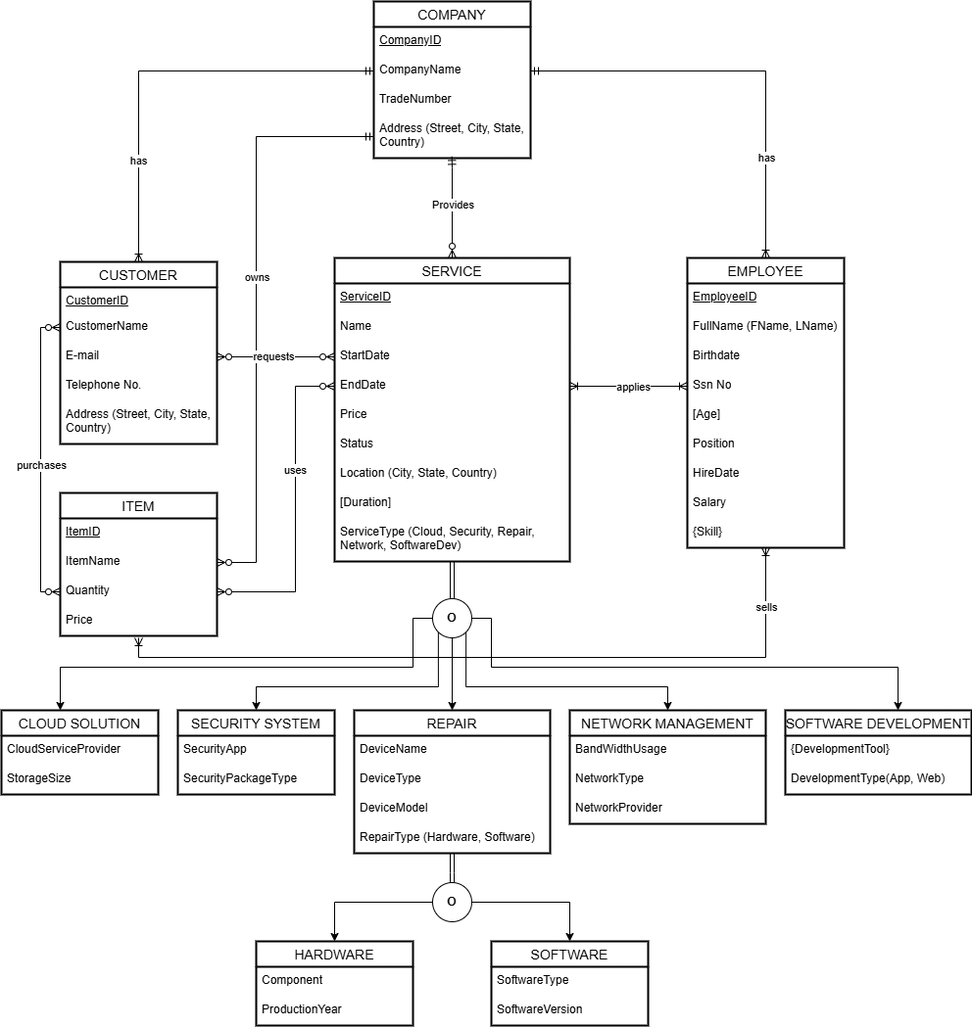
This is Phase (3) - Logical database design and mapping & Physical design and database implementation/EER - Enchanced Entity Relationship Diagram/Database Systems-EER Diagram.png from Pirate-960/Database-Systems-Project, a draw.io export, as it was before one commit. Source tidied: cells renumbered, new cells last; positions are measured from the earlier drawing's top-left corner, leaving out a move shared by most shapes.
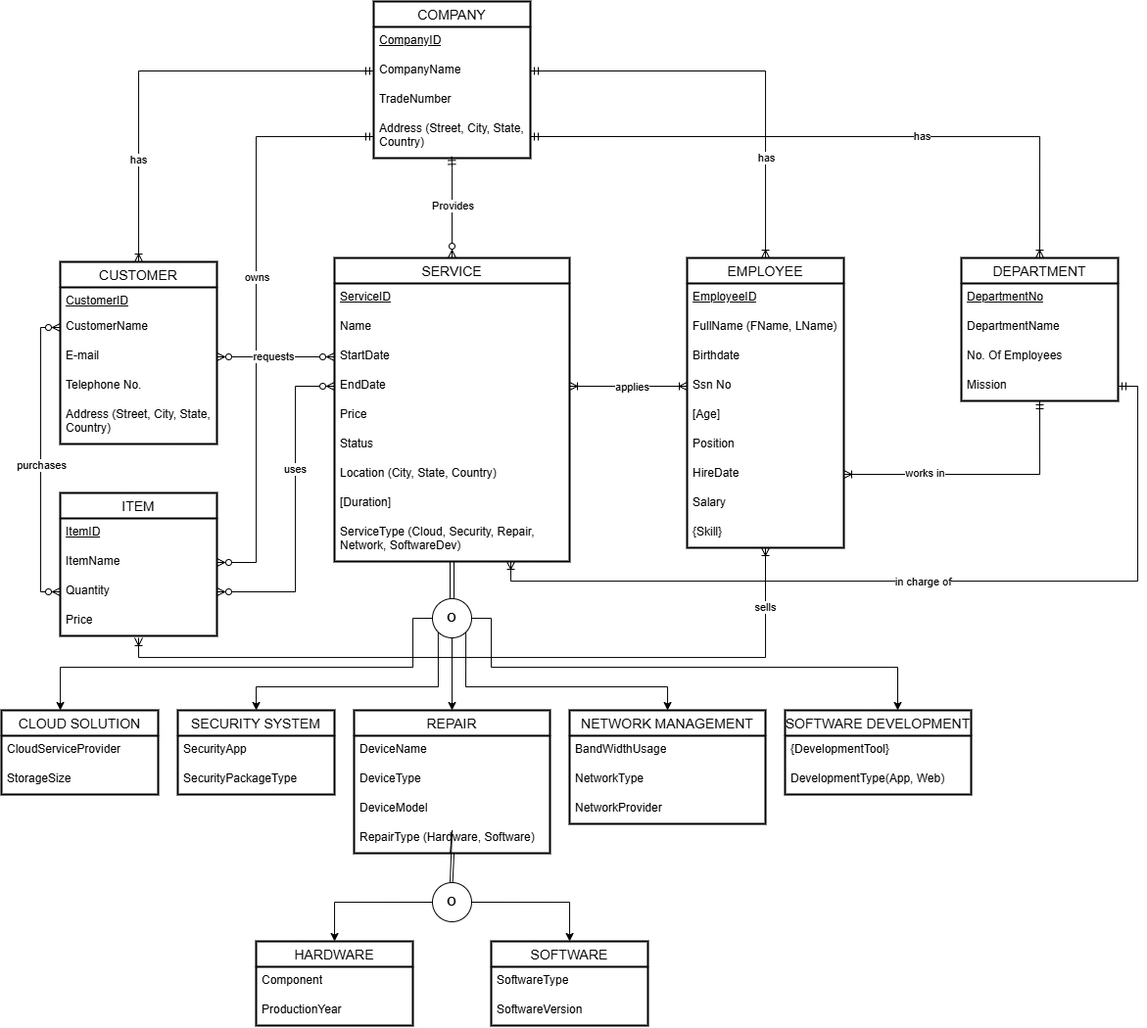
Above is the later version.

Change to the diagram source:
```diff
@@ -2,7 +2,7 @@
   <root>
     <mxCell id="0" />
     <mxCell id="1" parent="0" />
-    <mxCell id="2" style="edgeStyle=orthogonalEdgeStyle;rounded=0;jettySize=auto;html=1;exitX=0.5;exitY=0;exitDx=0;exitDy=0;entryX=0.498;entryY=0.962;entryDx=0;entryDy=0;entryPerimeter=0;startArrow=ERzeroToMany;startFill=0;endArrow=ERmandOne;endFill=0;" parent="1" edge="1" source="4" target="50">
+    <mxCell id="2" style="edgeStyle=orthogonalEdgeStyle;rounded=0;jettySize=auto;html=1;exitX=0.5;exitY=0;exitDx=0;exitDy=0;entryX=0.498;entryY=0.962;entryDx=0;entryDy=0;entryPerimeter=0;startArrow=ERzeroToMany;startFill=0;endArrow=ERmandOne;endFill=0;shadow=0;strokeColor=default;" parent="1" edge="1" source="4" target="50">
       <mxGeometry relative="1" as="geometry">
         <Array as="points">
           <mxPoint x="460" y="170" />
@@ -15,6 +15,12 @@
         <mxPoint y="-1" as="offset" />
       </mxGeometry>
     </mxCell>
+    <mxCell id="92" style="edgeStyle=orthogonalEdgeStyle;rounded=0;jettySize=auto;html=1;exitX=0.75;exitY=1;exitDx=0;exitDy=0;entryX=1;entryY=0.5;entryDx=0;entryDy=0;endArrow=ERmandOne;endFill=0;startArrow=ERoneToMany;startFill=0;" parent="1" edge="1" source="4" target="102">
+      <mxGeometry relative="1" as="geometry" />
+    </mxCell>
+    <mxCell id="93" value="in charge of" style="edgeLabel;html=1;align=center;verticalAlign=middle;" parent="92" vertex="1">
+      <mxGeometry relative="1" as="geometry" />
+    </mxCell>
     <mxCell id="4" value="SERVICE" style="swimlane;fontStyle=0;horizontal=1;startSize=26;align=center;fontSize=14;strokeWidth=2;" parent="1" vertex="1">
       <mxGeometry x="340" y="262" width="240" height="310" as="geometry" />
     </mxCell>
@@ -135,7 +141,7 @@
     <mxCell id="43" value="Address (Street, City, State, Country)" style="text;strokeColor=none;fillColor=none;spacingLeft=4;spacingRight=4;overflow=hidden;fontSize=12;whiteSpace=wrap;html=1;" parent="38" vertex="1">
       <mxGeometry y="142" width="160" height="44" as="geometry" />
     </mxCell>
-    <mxCell id="44" style="edgeStyle=orthogonalEdgeStyle;rounded=0;jettySize=auto;html=1;exitX=0;exitY=0.5;exitDx=0;exitDy=0;entryX=1;entryY=0.5;entryDx=0;entryDy=0;startArrow=ERmandOne;startFill=0;endArrow=ERzeroToMany;endFill=0;" parent="1" edge="1" source="50" target="64">
+    <mxCell id="44" style="edgeStyle=orthogonalEdgeStyle;rounded=0;jettySize=auto;html=1;exitX=0;exitY=0.5;exitDx=0;exitDy=0;entryX=1;entryY=0.5;entryDx=0;entryDy=0;startArrow=ERmandOne;startFill=0;endArrow=ERzeroToMany;endFill=0;shadow=0;strokeColor=default;" parent="1" edge="1" source="50" target="64">
       <mxGeometry relative="1" as="geometry">
         <Array as="points">
           <mxPoint x="260" y="138" />
@@ -209,16 +215,16 @@
     <mxCell id="66" value="Price" style="text;strokeColor=none;fillColor=none;spacingLeft=4;spacingRight=4;overflow=hidden;fontSize=12;whiteSpace=wrap;html=1;" parent="62" vertex="1">
       <mxGeometry y="116" width="160" height="30" as="geometry" />
     </mxCell>
-    <mxCell id="67" style="edgeStyle=orthogonalEdgeStyle;rounded=0;jettySize=auto;html=1;exitX=1;exitY=0.5;exitDx=0;exitDy=0;entryX=0;entryY=0.5;entryDx=0;entryDy=0;startArrow=ERoneToMany;startFill=0;endArrow=ERoneToMany;endFill=0;" parent="1" edge="1" source="8" target="32">
+    <mxCell id="67" style="edgeStyle=orthogonalEdgeStyle;rounded=0;jettySize=auto;html=1;exitX=1;exitY=0.5;exitDx=0;exitDy=0;entryX=0;entryY=0.5;entryDx=0;entryDy=0;startArrow=ERoneToMany;startFill=0;endArrow=ERoneToMany;endFill=0;shadow=0;strokeColor=default;" parent="1" edge="1" source="8" target="32">
       <mxGeometry relative="1" as="geometry" />
     </mxCell>
     <mxCell id="68" value="applies" style="edgeLabel;html=1;align=center;verticalAlign=middle;" parent="67" vertex="1">
       <mxGeometry x="0.06" relative="1" as="geometry" />
     </mxCell>
-    <mxCell id="69" style="edgeStyle=orthogonalEdgeStyle;rounded=0;jettySize=auto;html=1;exitX=0.5;exitY=0;exitDx=0;exitDy=0;entryX=0.5;entryY=1;entryDx=0;entryDy=0;shape=link;" parent="1" edge="1" source="75" target="4">
+    <mxCell id="69" style="edgeStyle=orthogonalEdgeStyle;rounded=0;jettySize=auto;html=1;exitX=0.5;exitY=0;exitDx=0;exitDy=0;entryX=0.5;entryY=1;entryDx=0;entryDy=0;shape=link;shadow=0;strokeColor=default;" parent="1" edge="1" source="75" target="4">
       <mxGeometry relative="1" as="geometry" />
     </mxCell>
-    <mxCell id="70" style="edgeStyle=orthogonalEdgeStyle;rounded=0;jettySize=auto;html=1;exitX=0;exitY=0.5;exitDx=0;exitDy=0;" parent="1" edge="1" source="75" target="14">
+    <mxCell id="70" style="edgeStyle=orthogonalEdgeStyle;rounded=0;jettySize=auto;html=1;exitX=0;exitY=0.5;exitDx=0;exitDy=0;shadow=0;strokeColor=default;" parent="1" edge="1" source="75" target="14">
       <mxGeometry relative="1" as="geometry">
         <Array as="points">
           <mxPoint x="420" y="630" />
@@ -227,7 +233,7 @@
         </Array>
       </mxGeometry>
     </mxCell>
-    <mxCell id="71" style="edgeStyle=orthogonalEdgeStyle;rounded=0;jettySize=auto;html=1;exitX=0;exitY=1;exitDx=0;exitDy=0;" parent="1" edge="1" source="75" target="17">
+    <mxCell id="71" style="edgeStyle=orthogonalEdgeStyle;rounded=0;jettySize=auto;html=1;exitX=0;exitY=1;exitDx=0;exitDy=0;shadow=0;strokeColor=default;" parent="1" edge="1" source="75" target="17">
       <mxGeometry relative="1" as="geometry">
         <Array as="points">
           <mxPoint x="446" y="700" />
@@ -235,10 +241,10 @@
         </Array>
       </mxGeometry>
     </mxCell>
-    <mxCell id="72" style="edgeStyle=orthogonalEdgeStyle;rounded=0;jettySize=auto;html=1;exitX=0.5;exitY=1;exitDx=0;exitDy=0;" parent="1" edge="1" source="75" target="51">
+    <mxCell id="72" style="edgeStyle=orthogonalEdgeStyle;rounded=0;jettySize=auto;html=1;exitX=0.5;exitY=1;exitDx=0;exitDy=0;shadow=0;strokeColor=default;" parent="1" edge="1" source="75" target="51">
       <mxGeometry relative="1" as="geometry" />
     </mxCell>
-    <mxCell id="73" style="edgeStyle=orthogonalEdgeStyle;rounded=0;jettySize=auto;html=1;exitX=1;exitY=1;exitDx=0;exitDy=0;" parent="1" edge="1" source="75" target="20">
+    <mxCell id="73" style="edgeStyle=orthogonalEdgeStyle;rounded=0;jettySize=auto;html=1;exitX=1;exitY=1;exitDx=0;exitDy=0;shadow=0;strokeColor=default;" parent="1" edge="1" source="75" target="20">
       <mxGeometry relative="1" as="geometry">
         <Array as="points">
           <mxPoint x="474" y="700" />
@@ -246,7 +252,7 @@
         </Array>
       </mxGeometry>
     </mxCell>
-    <mxCell id="74" style="edgeStyle=orthogonalEdgeStyle;rounded=0;jettySize=auto;html=1;exitX=1;exitY=0.5;exitDx=0;exitDy=0;" parent="1" edge="1" source="75" target="24">
+    <mxCell id="74" style="edgeStyle=orthogonalEdgeStyle;rounded=0;jettySize=auto;html=1;exitX=1;exitY=0.5;exitDx=0;exitDy=0;shadow=0;strokeColor=default;" parent="1" edge="1" source="75" target="24">
       <mxGeometry relative="1" as="geometry">
         <Array as="points">
           <mxPoint x="500" y="630" />
@@ -258,19 +264,19 @@
     <mxCell id="75" value="&lt;b&gt;O&lt;/b&gt;" style="ellipse;whiteSpace=wrap;html=1;" parent="1" vertex="1">
       <mxGeometry x="440" y="610" width="40" height="40" as="geometry" />
     </mxCell>
-    <mxCell id="76" style="edgeStyle=orthogonalEdgeStyle;rounded=0;jettySize=auto;html=1;exitX=0;exitY=0.5;exitDx=0;exitDy=0;startArrow=ERmandOne;startFill=0;endArrow=ERoneToMany;endFill=0;" parent="1" edge="1" source="48" target="38">
+    <mxCell id="76" style="edgeStyle=orthogonalEdgeStyle;rounded=0;jettySize=auto;html=1;exitX=0;exitY=0.5;exitDx=0;exitDy=0;startArrow=ERmandOne;startFill=0;endArrow=ERoneToMany;endFill=0;shadow=0;strokeColor=default;" parent="1" edge="1" source="48" target="38">
       <mxGeometry relative="1" as="geometry" />
     </mxCell>
     <mxCell id="77" value="has" style="edgeLabel;html=1;align=center;verticalAlign=middle;" parent="76" vertex="1">
       <mxGeometry x="0.52" y="-1" relative="1" as="geometry" />
     </mxCell>
-    <mxCell id="78" style="edgeStyle=orthogonalEdgeStyle;rounded=0;jettySize=auto;html=1;exitX=1;exitY=0.5;exitDx=0;exitDy=0;startArrow=ERmandOne;startFill=0;endArrow=ERoneToMany;endFill=0;" parent="1" edge="1" source="48" target="28">
+    <mxCell id="78" style="edgeStyle=orthogonalEdgeStyle;rounded=0;jettySize=auto;html=1;exitX=1;exitY=0.5;exitDx=0;exitDy=0;startArrow=ERmandOne;startFill=0;endArrow=ERoneToMany;endFill=0;shadow=0;strokeColor=default;" parent="1" edge="1" source="48" target="28">
       <mxGeometry relative="1" as="geometry" />
     </mxCell>
     <mxCell id="79" value="has" style="edgeLabel;html=1;align=center;verticalAlign=middle;" parent="78" vertex="1">
       <mxGeometry x="0.52" relative="1" as="geometry" />
     </mxCell>
-    <mxCell id="80" style="edgeStyle=orthogonalEdgeStyle;rounded=0;jettySize=auto;html=1;exitX=0;exitY=0.5;exitDx=0;exitDy=0;entryX=1;entryY=0.5;entryDx=0;entryDy=0;startArrow=ERzeroToMany;startFill=0;endArrow=ERzeroToMany;endFill=0;" parent="1" edge="1" source="8" target="65">
+    <mxCell id="80" style="edgeStyle=orthogonalEdgeStyle;rounded=0;jettySize=auto;html=1;exitX=0;exitY=0.5;exitDx=0;exitDy=0;entryX=1;entryY=0.5;entryDx=0;entryDy=0;startArrow=ERzeroToMany;startFill=0;endArrow=ERzeroToMany;endFill=0;shadow=0;strokeColor=default;" parent="1" edge="1" source="8" target="65">
       <mxGeometry relative="1" as="geometry">
         <Array as="points">
           <mxPoint x="300" y="393" />
@@ -281,19 +287,19 @@
     <mxCell id="81" value="uses" style="edgeLabel;html=1;align=center;verticalAlign=middle;" parent="80" vertex="1">
       <mxGeometry x="-0.24" y="-1" relative="1" as="geometry" />
     </mxCell>
-    <mxCell id="82" style="edgeStyle=orthogonalEdgeStyle;rounded=0;jettySize=auto;html=1;exitX=0.5;exitY=0;exitDx=0;exitDy=0;shape=link;" parent="1" edge="1" source="85" target="51">
+    <mxCell id="82" style="edgeStyle=orthogonalEdgeStyle;rounded=0;jettySize=auto;html=1;exitX=0.5;exitY=0;exitDx=0;exitDy=0;shape=link;shadow=0;strokeColor=default;" parent="1" edge="1" source="85" target="51">
       <mxGeometry relative="1" as="geometry" />
     </mxCell>
-    <mxCell id="83" style="edgeStyle=orthogonalEdgeStyle;rounded=0;jettySize=auto;html=1;exitX=1;exitY=0.5;exitDx=0;exitDy=0;" parent="1" edge="1" source="85" target="59">
+    <mxCell id="83" style="edgeStyle=orthogonalEdgeStyle;rounded=0;jettySize=auto;html=1;exitX=1;exitY=0.5;exitDx=0;exitDy=0;shadow=0;strokeColor=default;" parent="1" edge="1" source="85" target="59">
       <mxGeometry relative="1" as="geometry" />
     </mxCell>
-    <mxCell id="84" style="edgeStyle=orthogonalEdgeStyle;rounded=0;jettySize=auto;html=1;exitX=0;exitY=0.5;exitDx=0;exitDy=0;" parent="1" edge="1" source="85" target="56">
+    <mxCell id="84" style="edgeStyle=orthogonalEdgeStyle;rounded=0;jettySize=auto;html=1;exitX=0;exitY=0.5;exitDx=0;exitDy=0;shadow=0;strokeColor=default;" parent="1" edge="1" source="85" target="56">
       <mxGeometry relative="1" as="geometry" />
     </mxCell>
     <mxCell id="85" value="&lt;b&gt;O&lt;/b&gt;" style="ellipse;whiteSpace=wrap;html=1;gradientColor=none;" parent="1" vertex="1">
       <mxGeometry x="440" y="900" width="40" height="40" as="geometry" />
     </mxCell>
-    <mxCell id="86" style="edgeStyle=orthogonalEdgeStyle;rounded=0;jettySize=auto;html=1;exitX=1;exitY=0.5;exitDx=0;exitDy=0;entryX=0;entryY=0.5;entryDx=0;entryDy=0;startArrow=ERzeroToMany;startFill=0;endArrow=ERzeroToMany;endFill=0;" parent="1" edge="1" source="41" target="7">
+    <mxCell id="86" style="edgeStyle=orthogonalEdgeStyle;rounded=0;jettySize=auto;html=1;exitX=1;exitY=0.5;exitDx=0;exitDy=0;entryX=0;entryY=0.5;entryDx=0;entryDy=0;startArrow=ERzeroToMany;startFill=0;endArrow=ERzeroToMany;endFill=0;shadow=0;strokeColor=default;" parent="1" edge="1" source="41" target="7">
       <mxGeometry relative="1" as="geometry" />
     </mxCell>
     <mxCell id="87" value="requests" style="edgeLabel;html=1;align=center;verticalAlign=middle;" parent="86" vertex="1">
@@ -301,13 +307,13 @@
         <mxPoint x="-3" y="-1" as="offset" />
       </mxGeometry>
     </mxCell>
-    <mxCell id="88" style="edgeStyle=orthogonalEdgeStyle;rounded=0;jettySize=auto;html=1;exitX=0;exitY=0.5;exitDx=0;exitDy=0;entryX=0;entryY=0.5;entryDx=0;entryDy=0;startArrow=ERzeroToMany;startFill=0;endArrow=ERzeroToMany;endFill=0;" parent="1" edge="1" source="65" target="40">
+    <mxCell id="88" style="edgeStyle=orthogonalEdgeStyle;rounded=0;jettySize=auto;html=1;exitX=0;exitY=0.5;exitDx=0;exitDy=0;entryX=0;entryY=0.5;entryDx=0;entryDy=0;startArrow=ERzeroToMany;startFill=0;endArrow=ERzeroToMany;endFill=0;shadow=0;strokeColor=default;" parent="1" edge="1" source="65" target="40">
       <mxGeometry relative="1" as="geometry" />
     </mxCell>
     <mxCell id="89" value="purchases" style="edgeLabel;html=1;align=center;verticalAlign=middle;" parent="88" vertex="1">
       <mxGeometry x="-0.03" relative="1" as="geometry" />
     </mxCell>
-    <mxCell id="90" style="edgeStyle=orthogonalEdgeStyle;rounded=0;jettySize=auto;html=1;entryX=0.5;entryY=1;entryDx=0;entryDy=0;endArrow=ERoneToMany;endFill=0;startArrow=ERoneToMany;startFill=0;" parent="1" edge="1" target="28">
+    <mxCell id="90" style="edgeStyle=orthogonalEdgeStyle;rounded=0;jettySize=auto;html=1;entryX=0.5;entryY=1;entryDx=0;entryDy=0;endArrow=ERoneToMany;endFill=0;startArrow=ERoneToMany;startFill=0;shadow=0;strokeColor=default;" parent="1" edge="1" target="28">
       <mxGeometry relative="1" as="geometry">
         <mxPoint x="140" y="650" as="sourcePoint" />
         <Array as="points">
@@ -321,5 +327,32 @@
         <mxPoint x="154" y="-53" as="offset" />
       </mxGeometry>
     </mxCell>
+    <mxCell id="94" style="edgeStyle=orthogonalEdgeStyle;rounded=0;jettySize=auto;html=1;exitX=0.5;exitY=0;exitDx=0;exitDy=0;entryX=1;entryY=0.5;entryDx=0;entryDy=0;startArrow=ERoneToMany;startFill=0;endArrow=ERmandOne;endFill=0;shadow=0;strokeColor=default;" parent="1" edge="1" source="98" target="50">
+      <mxGeometry relative="1" as="geometry" />
+    </mxCell>
+    <mxCell id="95" value="has" style="edgeLabel;html=1;align=center;verticalAlign=middle;" parent="94" vertex="1">
+      <mxGeometry x="-0.24" y="-1" relative="1" as="geometry" />
+    </mxCell>
+    <mxCell id="96" style="edgeStyle=orthogonalEdgeStyle;rounded=0;jettySize=auto;html=1;exitX=0.5;exitY=1;exitDx=0;exitDy=0;entryX=1;entryY=0.5;entryDx=0;entryDy=0;startArrow=ERmandOne;startFill=0;endArrow=ERoneToMany;endFill=0;" parent="1" edge="1" source="98" target="35">
+      <mxGeometry relative="1" as="geometry" />
+    </mxCell>
+    <mxCell id="97" value="works in" style="edgeLabel;html=1;align=center;verticalAlign=middle;" parent="96" vertex="1">
+      <mxGeometry x="0.4" y="-2" relative="1" as="geometry" />
+    </mxCell>
+    <mxCell id="98" value="DEPARTMENT" style="swimlane;fontStyle=0;horizontal=1;startSize=26;align=center;fontSize=14;strokeWidth=2;" parent="1" vertex="1">
+      <mxGeometry x="980" y="262" width="160" height="146" as="geometry" />
+    </mxCell>
+    <mxCell id="99" value="&lt;u&gt;DepartmentNo&lt;/u&gt;" style="text;strokeColor=none;fillColor=none;spacingLeft=4;spacingRight=4;overflow=hidden;fontSize=12;whiteSpace=wrap;html=1;" parent="98" vertex="1">
+      <mxGeometry y="26" width="160" height="30" as="geometry" />
+    </mxCell>
+    <mxCell id="100" value="DepartmentName" style="text;strokeColor=none;fillColor=none;spacingLeft=4;spacingRight=4;overflow=hidden;fontSize=12;whiteSpace=wrap;html=1;" parent="98" vertex="1">
+      <mxGeometry y="56" width="160" height="30" as="geometry" />
+    </mxCell>
+    <mxCell id="101" value="No. Of Employees" style="text;strokeColor=none;fillColor=none;spacingLeft=4;spacingRight=4;overflow=hidden;fontSize=12;whiteSpace=wrap;html=1;" parent="98" vertex="1">
+      <mxGeometry y="86" width="160" height="30" as="geometry" />
+    </mxCell>
+    <mxCell id="102" value="Mission" style="text;strokeColor=none;fillColor=none;spacingLeft=4;spacingRight=4;overflow=hidden;points=[[0,0.5],[1,0.5]];portConstraint=eastwest;fontSize=12;whiteSpace=wrap;html=1;" parent="98" vertex="1">
+      <mxGeometry y="116" width="160" height="30" as="geometry" />
+    </mxCell>
   </root>
 </mxGraphModel>
```
